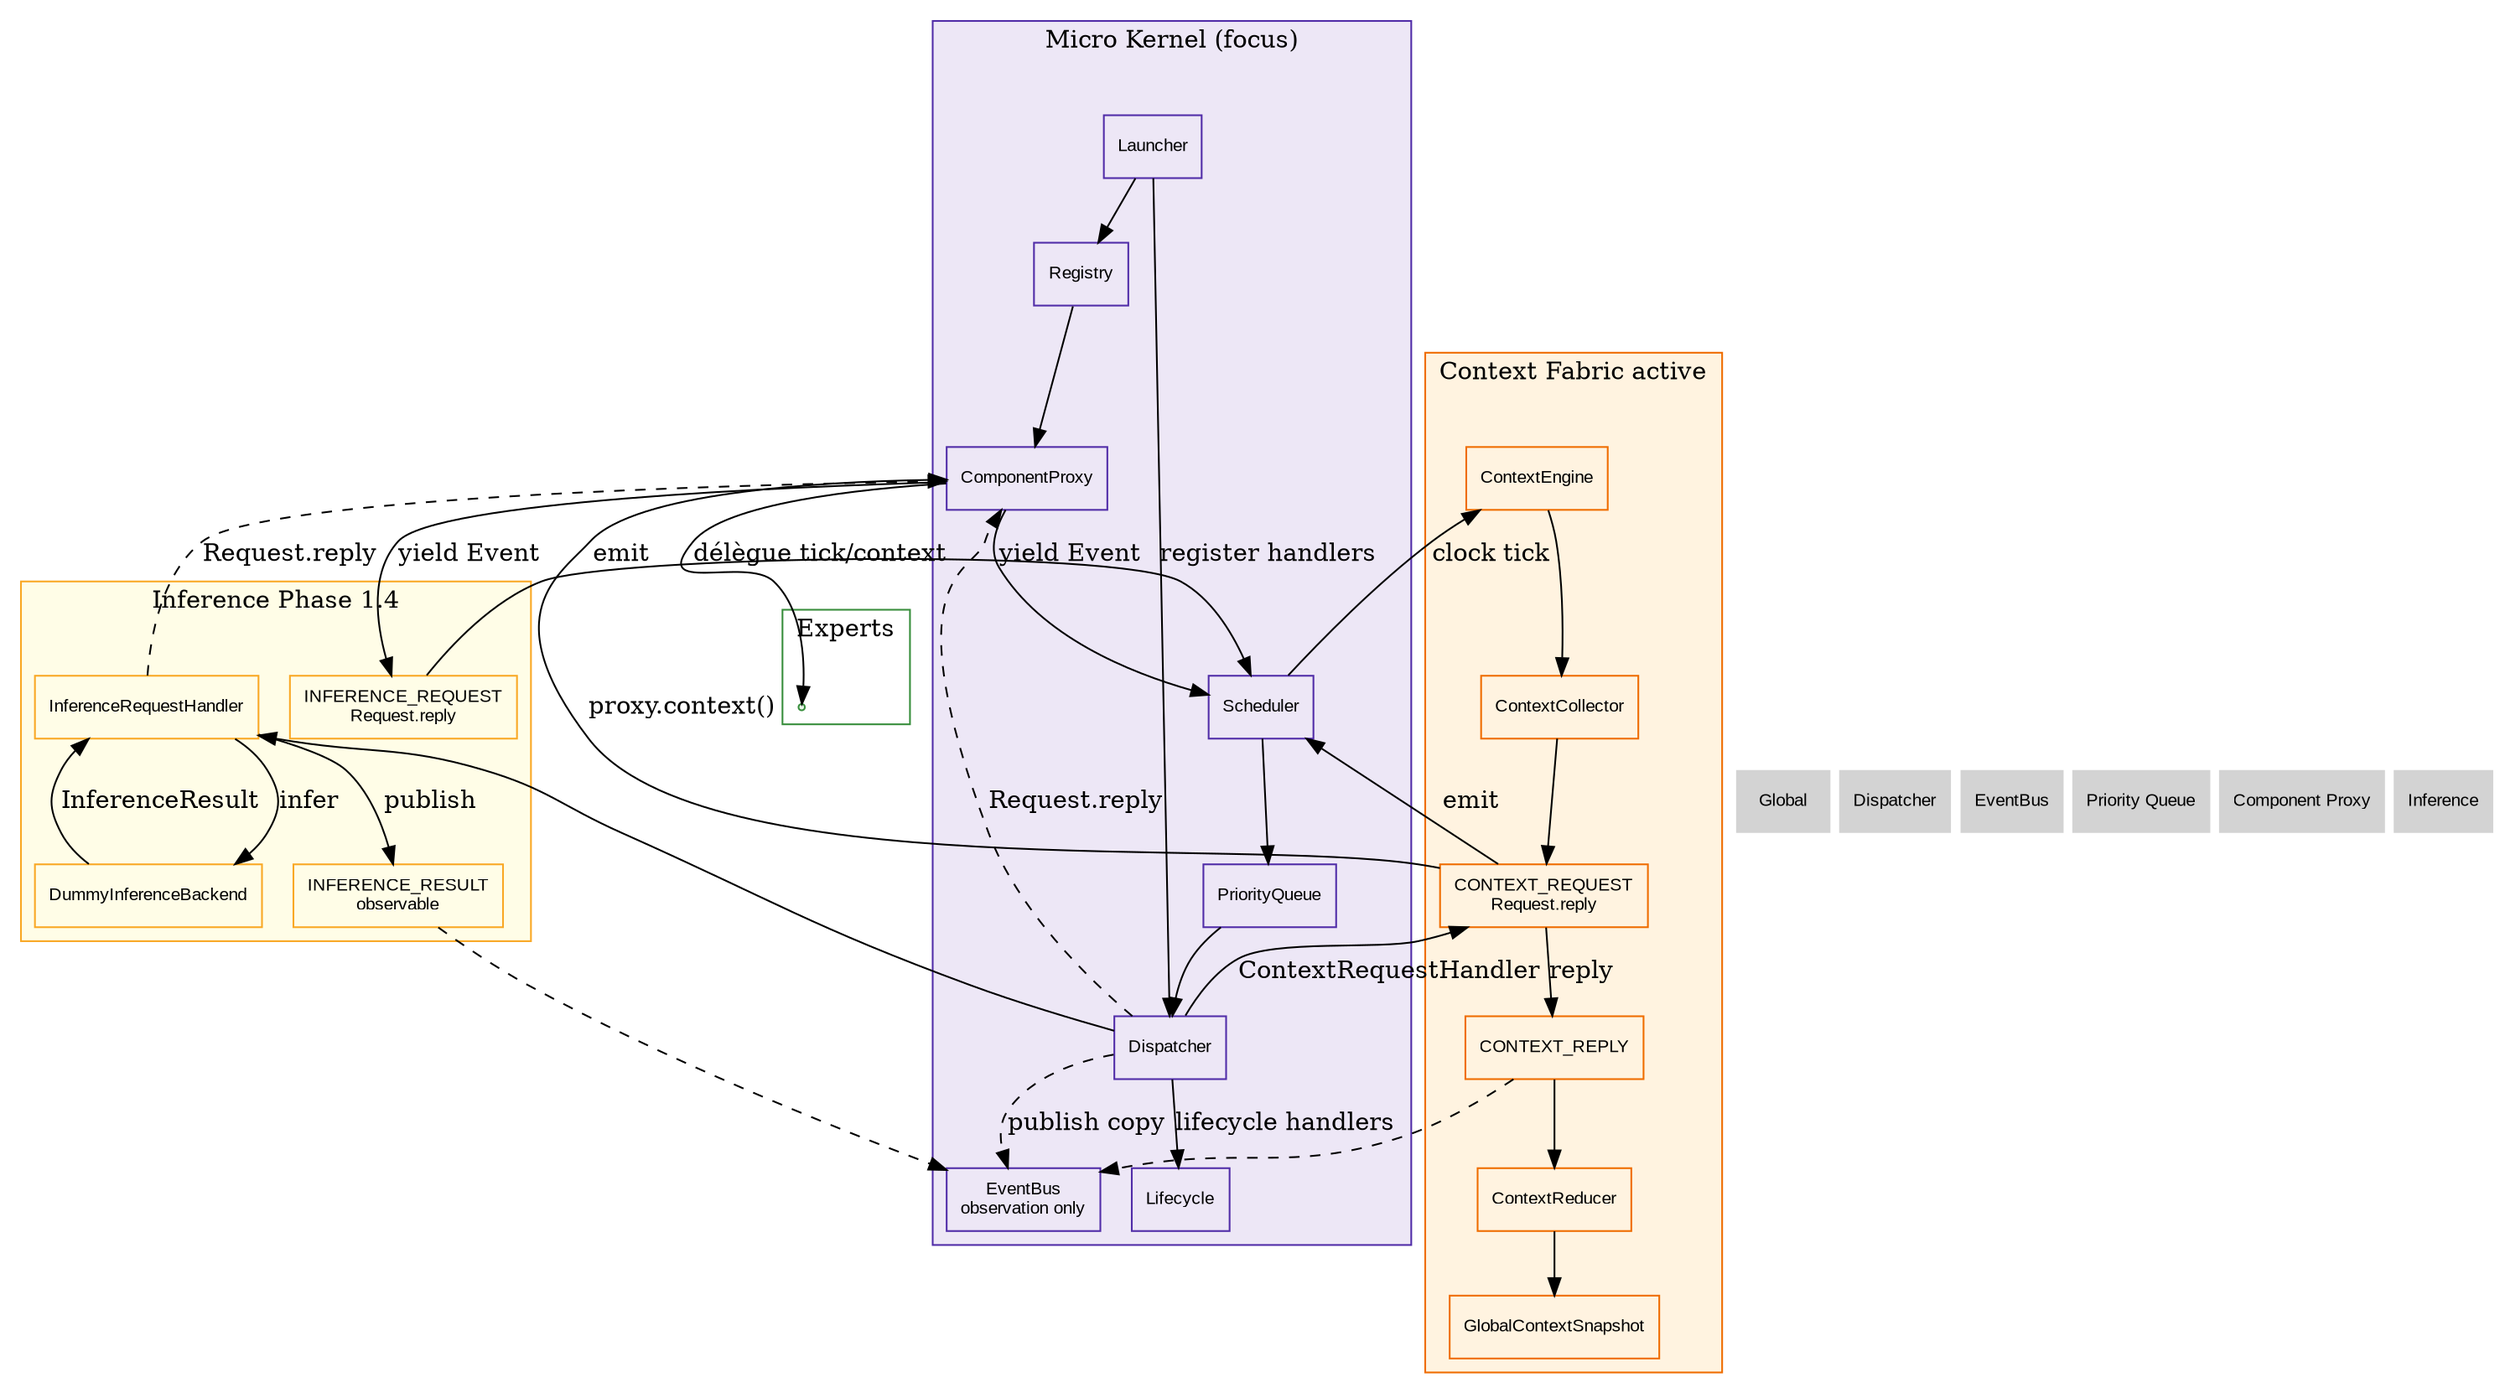
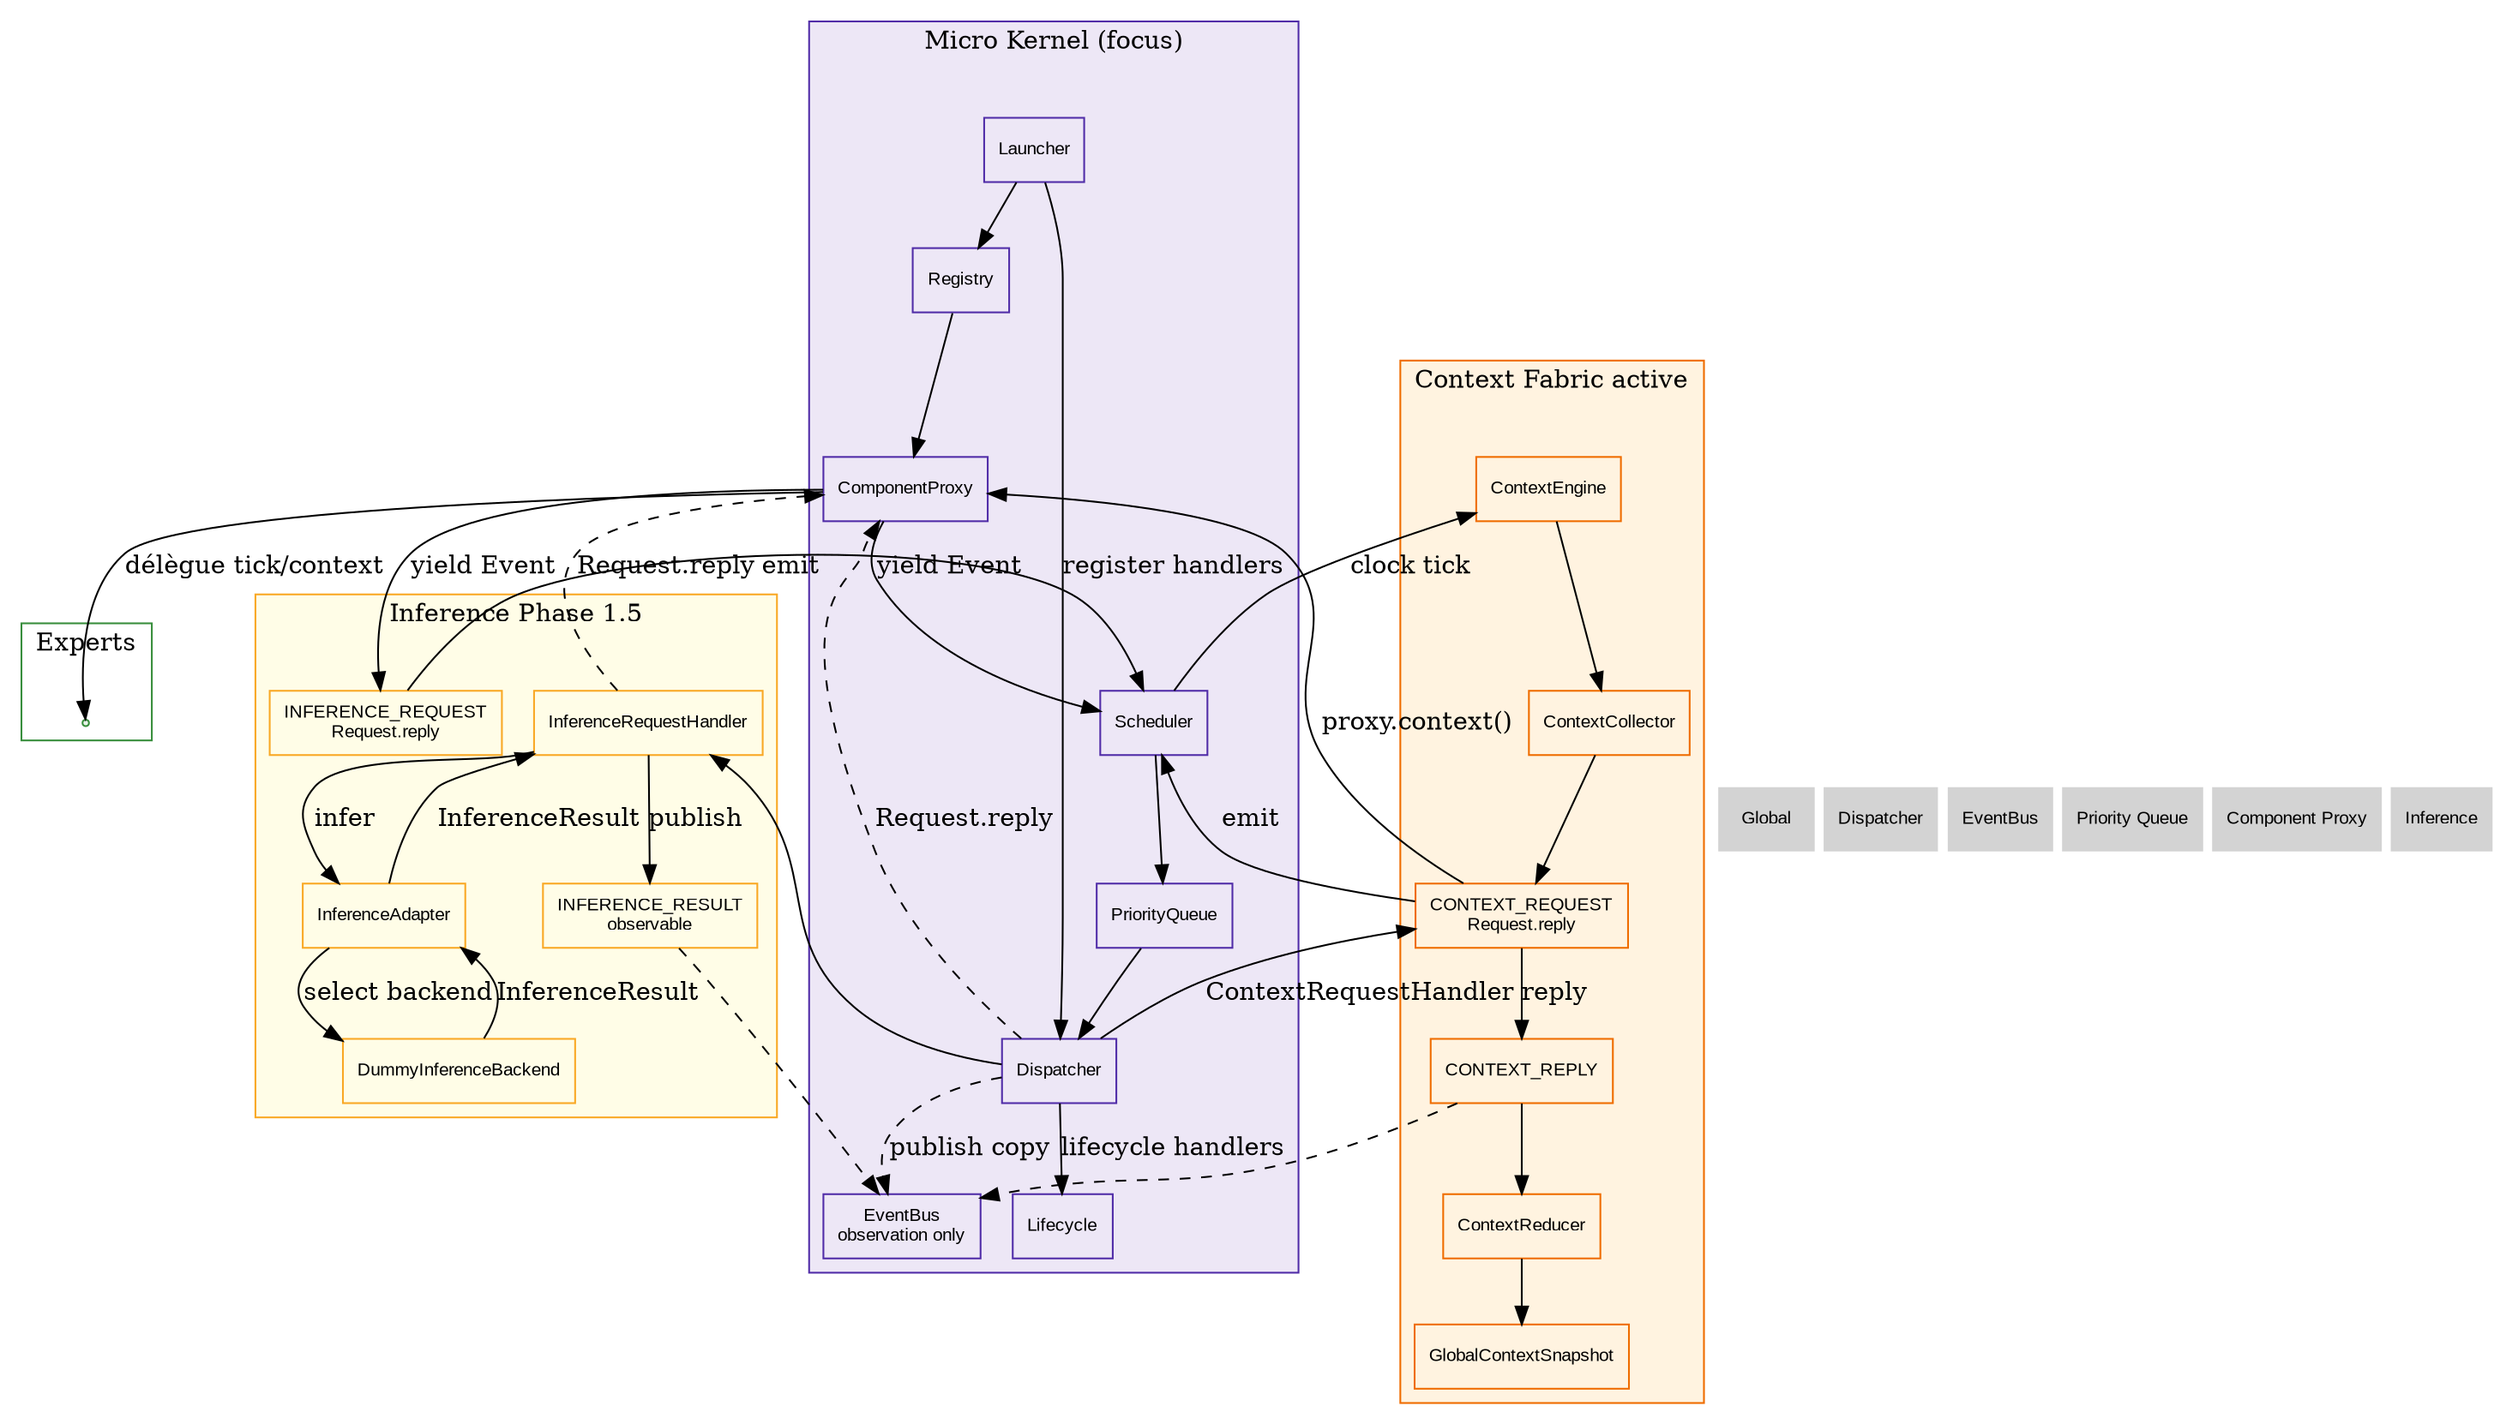
digraph Scheduler {
    rankdir=TB;
    node [shape=box, style=filled, fontname="Arial", fontsize=10];

-     // ROADMAP_NOTE[phase1_4]:
+     // ROADMAP_NOTE[phase1_5]:
    // Le Scheduler ne connaît toujours pas le backend d'inférence. Le Launcher
-     // enregistre InferenceRequestHandler dans le Dispatcher. Le flux
-     // INFERENCE_REQUEST passe par Queue -> Dispatcher, puis revient au
-     // ComponentProxy via Request.reply.
+     // enregistre InferenceRequestHandler dans le Dispatcher, et ce handler
+     // parle seulement à InferenceAdapter. L'adapter sélectionne le backend
+     // concret. Cette membrane prépare OpenVINO sans toucher au Scheduler.

    subgraph cluster_kernel {
        label="Micro Kernel (focus)";
        color="#512da8";
        bgcolor="#ede7f6";
        node [fillcolor="#ede7f6", color="#512da8"];
        Launcher [URL="../00_global.svg"];
        Registry [URL="../00_global.svg"];
        Proxy [label="ComponentProxy", URL="component_proxy/14_component_proxy.svg"];
        Scheduler [URL="../00_global.svg"];
        Queue [label="PriorityQueue", URL="priority_queue/13_priority_queue.svg"];
        Dispatcher [URL="dispatcher/11_dispatcher.svg"];
        EventBus [label="EventBus\nobservation only", URL="event_bus/12_event_bus.svg"];
        Lifecycle [URL="../00_global.svg"];
    }

    subgraph cluster_context {
        label="Context Fabric active";
        color="#ef6c00";
        bgcolor="#fff3e0";
        node [fillcolor="#fff3e0", color="#ef6c00"];
        ContextEngine [URL="../context/20_context.svg"];
        ContextCollector [URL="../context/20_context.svg"];
        ContextRequest [label="CONTEXT_REQUEST\nRequest.reply", URL="../context/20_context.svg"];
        ContextReply [label="CONTEXT_REPLY", URL="../context/20_context.svg"];
        ContextReducer [URL="../context/20_context.svg"];
        Snapshot [label="GlobalContextSnapshot", URL="../context/20_context.svg"];
    }

    subgraph cluster_inference {
-         label="Inference Phase 1.4";
+         label="Inference Phase 1.5";
        color="#f9a825";
        bgcolor="#fffde7";
        node [fillcolor="#fffde7", color="#f9a825"];
        InferenceRequest [label="INFERENCE_REQUEST\nRequest.reply", URL="../inference/40_inference.svg"];
        InferenceHandler [label="InferenceRequestHandler", URL="../inference/40_inference.svg"];
+         InferenceAdapter [label="InferenceAdapter", URL="../inference/40_inference.svg"];
        DummyBackend [label="DummyInferenceBackend", URL="../inference/40_inference.svg"];
        InferenceResult [label="INFERENCE_RESULT\nobservable", URL="../inference/40_inference.svg"];
    }

    subgraph cluster_experts {
        label="Experts";
        color="#388e3c";
        node [fillcolor="#e8f5e9", color="#388e3c"];
        ExpertGroup [label="Experts", shape=point, URL="../experts/40_experts.svg"];
    }

    Launcher -> Registry;
    Launcher -> Dispatcher [label="register handlers"];
    Registry -> Proxy;
    Proxy -> Scheduler [label="yield Event"];
    Scheduler -> Queue;
    Queue -> Dispatcher;
    Dispatcher -> EventBus [style=dashed, label="publish copy"];
    Dispatcher -> Lifecycle [label="lifecycle handlers"];
    Dispatcher -> Proxy [style=dashed, label="Request.reply"];

    Scheduler -> ContextEngine [label="clock tick"];
    ContextEngine -> ContextCollector;
    ContextCollector -> ContextRequest;
    ContextRequest -> Scheduler [label="emit"];
    Dispatcher -> ContextRequest [label="ContextRequestHandler"];
    ContextRequest -> Proxy [label="proxy.context()"];
    ContextRequest -> ContextReply [label="reply"];
    ContextReply -> EventBus [style=dashed];
    ContextReply -> ContextReducer;
    ContextReducer -> Snapshot;

    Proxy -> InferenceRequest [label="yield Event"];
    InferenceRequest -> Scheduler [label="emit"];
    Dispatcher -> InferenceHandler;
-     InferenceHandler -> DummyBackend [label="infer"];
-     DummyBackend -> InferenceHandler [label="InferenceResult"];
+     InferenceHandler -> InferenceAdapter [label="infer"];
+     InferenceAdapter -> DummyBackend [label="select backend"];
+     DummyBackend -> InferenceAdapter [label="InferenceResult"];
+     InferenceAdapter -> InferenceHandler [label="InferenceResult"];
    InferenceHandler -> InferenceResult [label="publish"];
    InferenceResult -> EventBus [style=dashed];
    InferenceHandler -> Proxy [label="Request.reply", style=dashed];

    Proxy -> ExpertGroup [label="délègue tick/context"];

    Nav_Global [label="Global", shape=plaintext, URL="../00_global.svg"];
    Nav_Dispatcher [label="Dispatcher", shape=plaintext, URL="dispatcher/11_dispatcher.svg"];
    Nav_EventBus [label="EventBus", shape=plaintext, URL="event_bus/12_event_bus.svg"];
    Nav_Queue [label="Priority Queue", shape=plaintext, URL="priority_queue/13_priority_queue.svg"];
    Nav_Proxy [label="Component Proxy", shape=plaintext, URL="component_proxy/14_component_proxy.svg"];
    Nav_Inference [label="Inference", shape=plaintext, URL="../inference/40_inference.svg"];

    { rank=sink; Nav_Global; Nav_Dispatcher; Nav_EventBus; Nav_Queue; Nav_Proxy; Nav_Inference; }
}
